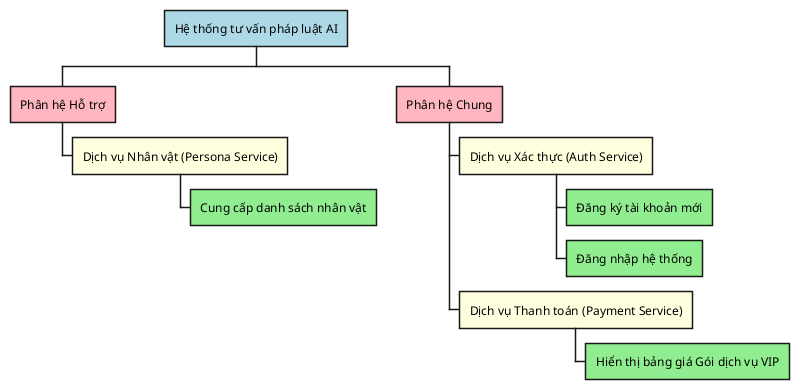
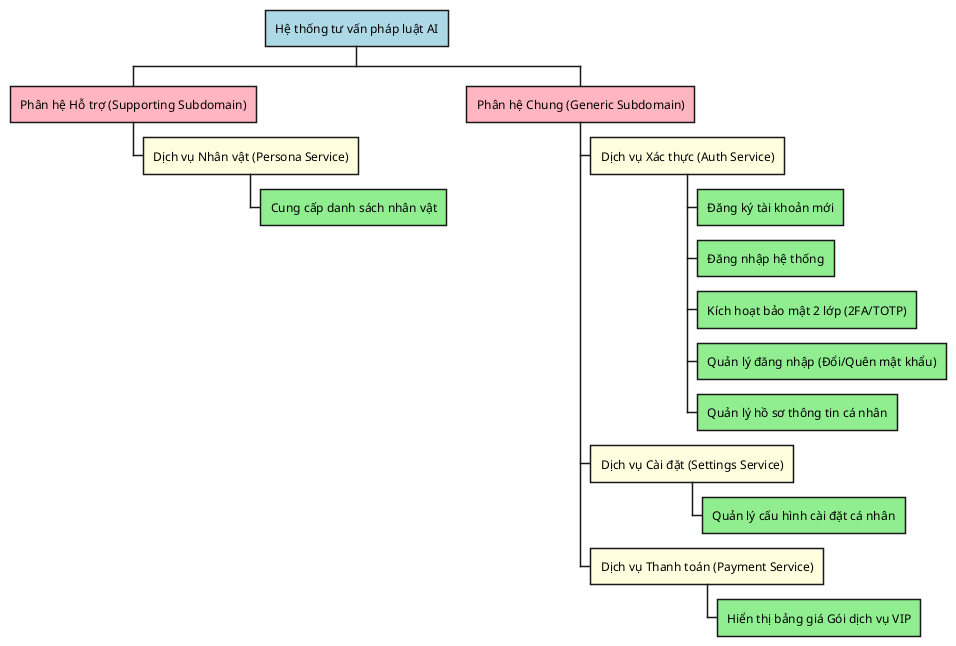
@startwbs
<style>
wbsDiagram {
  :depth(0) {
    BackgroundColor LightBlue
  }
  :depth(1) {
    BackgroundColor LightPink
  }
  :depth(2) {
    BackgroundColor LightYellow
  }
  :depth(3) {
    BackgroundColor LightGreen
  }
}
</style>






* Hệ thống tư vấn pháp luật AI

- ** Phân hệ Hỗ trợ
+ ** Phân hệ Hỗ trợ (Supporting Subdomain)
*** Dịch vụ Nhân vật (Persona Service)
**** Cung cấp danh sách nhân vật

- ** Phân hệ Chung
+ ** Phân hệ Chung (Generic Subdomain)
*** Dịch vụ Xác thực (Auth Service)
**** Đăng ký tài khoản mới
**** Đăng nhập hệ thống
+ **** Kích hoạt bảo mật 2 lớp (2FA/TOTP)
+ **** Quản lý đăng nhập (Đổi/Quên mật khẩu)
+ **** Quản lý hồ sơ thông tin cá nhân
+ *** Dịch vụ Cài đặt (Settings Service)
+ **** Quản lý cấu hình cài đặt cá nhân
*** Dịch vụ Thanh toán (Payment Service)
**** Hiển thị bảng giá Gói dịch vụ VIP
@endwbs
